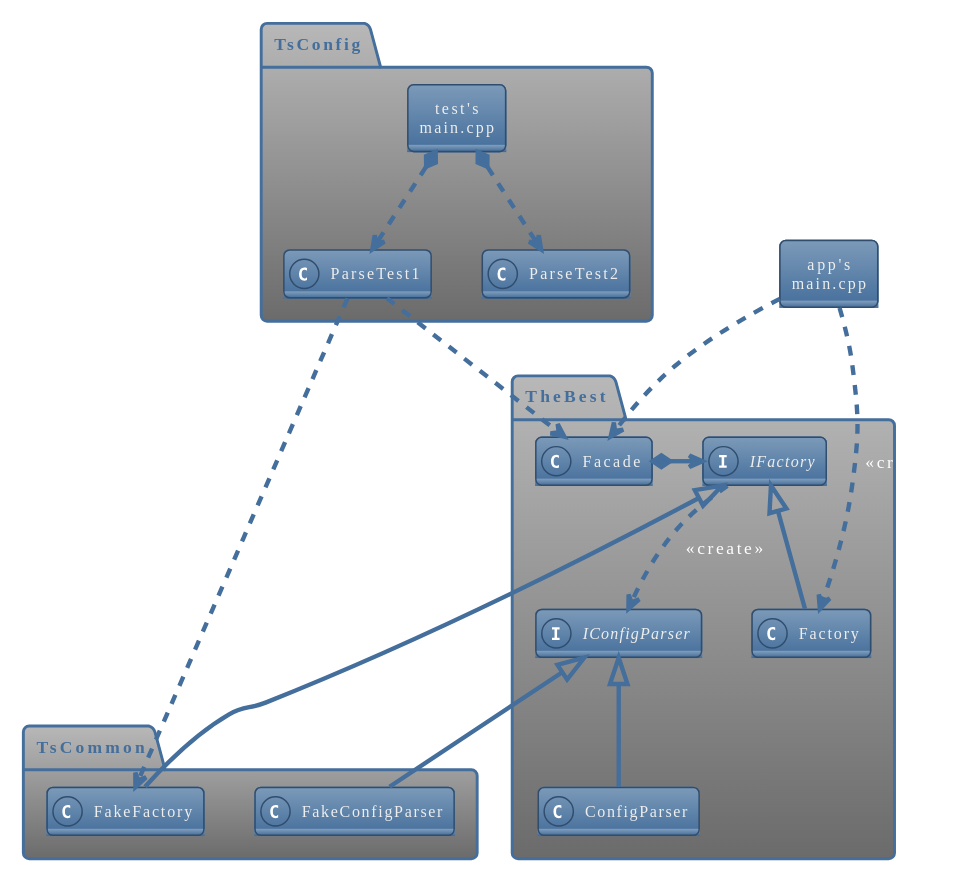
The PlantUML diagram bdd_swdev_eng_cd.svg in maitrebart/bdd_swdev_eng, before a commit. The source it was exported from:
```plantuml
@startuml
!theme spacelab

hide empty members

set separator ::

namespace TheBest {

interface "IFactory" as if
interface "IConfigParser" as icp

class "Facade" as F
class "Factory" as f
class "ConfigParser" as cp

if <|-- f
icp <|-- cp
F *-> if

if ..> icp : <<create>>

}

namespace TsCommon {

class "FakeFactory" as ff
class "FakeConfigParser" as fcp

TheBest::if <|-- ff
TheBest::icp <|-- fcp
}

namespace TsConfig {

class "ParseTest1" as pt1
class "ParseTest2" as pt2
class "test's\nmain.cpp" as m
hide m circle

m *..> pt1
m *..> pt2

pt1 ..> TheBest::F
pt1 ..> TsCommon::ff : <<create>>

}

class "app's\nmain.cpp" as am
hide am circle

am ..> TheBest::F
am ..> TheBest::f : <<create>>
@enduml
```
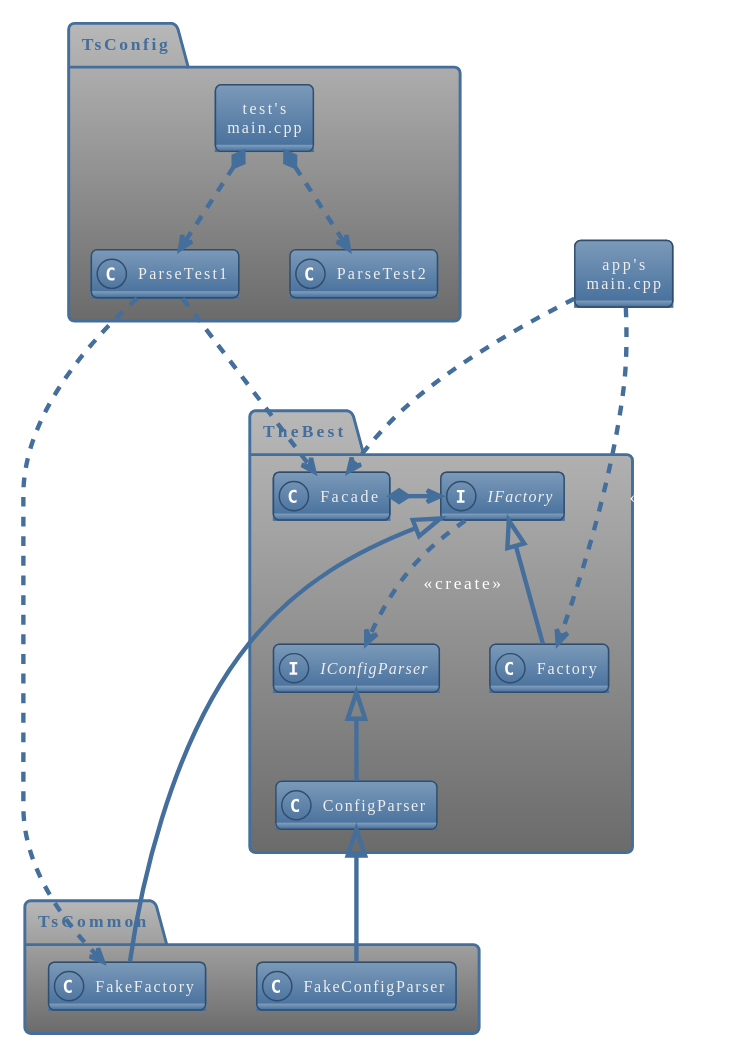
The same diagram one commit later.

Commit message:
Updated class diagram diagram

What changed in the source:
```diff
@@ -1,54 +1,47 @@
 @startuml
 !theme spacelab
-
 hide empty members
-
 set separator ::
 
 namespace TheBest {
+	interface "IFactory" as if
+	interface "IConfigParser" as icp
 
-interface "IFactory" as if
-interface "IConfigParser" as icp
+	class "Facade" as F
+	class "Factory" as f
+	class "ConfigParser" as cp
 
-class "Facade" as F
-class "Factory" as f
-class "ConfigParser" as cp
+	if <|-- f
+	icp <|-- cp
+	F *-> if
 
-if <|-- f
-icp <|-- cp
-F *-> if
-
-if ..> icp : <<create>>
-
+	if ..> icp : <<create>>
 }
 
 namespace TsCommon {
+	class "FakeFactory" as ff
+	class "FakeConfigParser" as fcp
 
-class "FakeFactory" as ff
-class "FakeConfigParser" as fcp
-
-TheBest::if <|-- ff
-TheBest::icp <|-- fcp
+	TheBest::if <|-- ff
+	TheBest::cp <|-- fcp
 }
 
 namespace TsConfig {
+	class "ParseTest1" as pt1
+	class "ParseTest2" as pt2
+	class "test's\nmain.cpp" as m
+	hide m circle
 
-class "ParseTest1" as pt1
-class "ParseTest2" as pt2
-class "test's\nmain.cpp" as m
-hide m circle
+	m *..> pt1
+	m *..> pt2
 
-m *..> pt1
-m *..> pt2
-
-pt1 ..> TheBest::F
-pt1 ..> TsCommon::ff : <<create>>
-
+	pt1 ..> TheBest::F : <<instantiate>>
+	pt1 ..> TsCommon::ff : <<create>>
 }
 
 class "app's\nmain.cpp" as am
 hide am circle
 
-am ..> TheBest::F
+am ..> TheBest::F : <<instantiate>>
 am ..> TheBest::f : <<create>>
 @enduml
```
